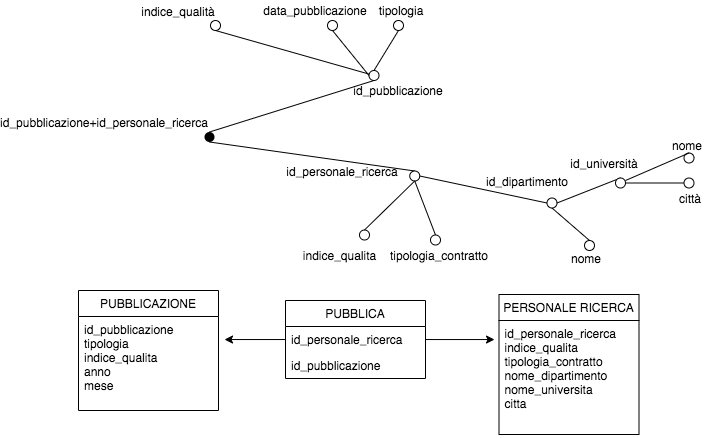
This is res/attribute's_tree/trash/pubblica_fatto_star.png from dariocurr/bdm_project, a draw.io export, as it was before one commit. Source tidied: cells renumbered, new cells last; positions are measured from the earlier drawing's top-left corner, leaving out a move shared by most shapes.
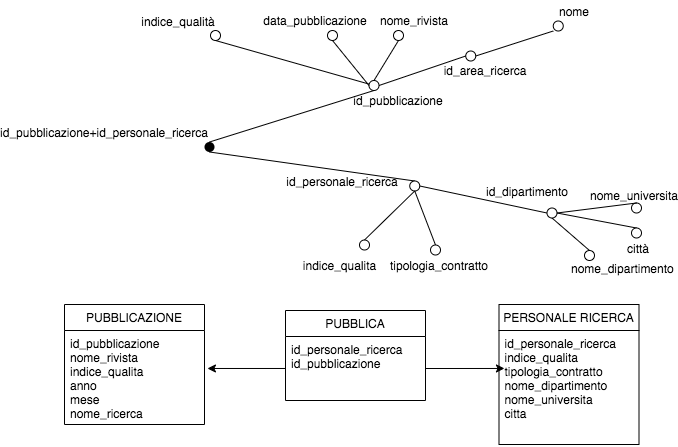
The same file after the commit.

The edit, as a diff of the source:
```diff
@@ -50,8 +50,8 @@
     <mxCell id="17" value="tipologia_contratto" style="text;html=1;align=center;verticalAlign=middle;whiteSpace=wrap;rounded=0;" parent="1" vertex="1">
       <mxGeometry x="341" y="244.5" width="40" height="20" as="geometry" />
     </mxCell>
-    <mxCell id="18" value="tipologia" style="text;html=1;align=center;verticalAlign=middle;whiteSpace=wrap;rounded=0;" parent="1" vertex="1">
-      <mxGeometry x="302.8" width="40" height="20" as="geometry" />
+    <mxCell id="18" value="nome_rivista" style="text;html=1;align=center;verticalAlign=middle;whiteSpace=wrap;rounded=0;" parent="1" vertex="1">
+      <mxGeometry x="316.2" width="40" height="20" as="geometry" />
     </mxCell>
     <mxCell id="19" style="edgeStyle=none;rounded=0;jettySize=auto;html=1;exitX=0;exitY=0.5;exitDx=0;exitDy=0;endArrow=none;endFill=0;entryX=1;entryY=0.5;entryDx=0;entryDy=0;" parent="1" edge="1" source="21" target="13">
       <mxGeometry relative="1" as="geometry" />
@@ -62,7 +62,7 @@
     <mxCell id="21" style="shape=ellipse;html=1;flipV=1;" parent="1" vertex="1">
       <mxGeometry x="468.5" y="197.5" width="10" height="10" as="geometry" />
     </mxCell>
-    <mxCell id="22" value="nome" style="text;html=1;align=left;verticalAlign=middle;whiteSpace=wrap;rounded=0;" parent="1" vertex="1">
+    <mxCell id="22" value="nome_dipartimento" style="text;html=1;align=left;verticalAlign=middle;whiteSpace=wrap;rounded=0;" parent="1" vertex="1">
       <mxGeometry x="491" y="247.5" width="40" height="20" as="geometry" />
     </mxCell>
     <mxCell id="23" style="shape=ellipse;html=1;flipV=1;" parent="1" vertex="1">
@@ -71,41 +71,28 @@
     <mxCell id="24" value="id_dipartimento" style="text;html=1;align=center;verticalAlign=middle;whiteSpace=wrap;rounded=0;" parent="1" vertex="1">
       <mxGeometry x="428.5" y="170.5" width="40" height="20" as="geometry" />
     </mxCell>
-    <mxCell id="25" style="edgeStyle=none;rounded=0;jettySize=auto;html=1;endArrow=none;endFill=0;entryX=0.5;entryY=0;entryDx=0;entryDy=0;exitX=1;exitY=0.5;exitDx=0;exitDy=0;" parent="1" edge="1" source="21" target="26">
-      <mxGeometry relative="1" as="geometry" />
-    </mxCell>
-    <mxCell id="26" style="shape=ellipse;html=1;flipV=1;" parent="1" vertex="1">
-      <mxGeometry x="537" y="177.5" width="10" height="10" as="geometry" />
-    </mxCell>
-    <mxCell id="27" value="id_università" style="text;html=1;align=center;verticalAlign=middle;whiteSpace=wrap;rounded=0;" parent="1" vertex="1">
-      <mxGeometry x="506" y="152.5" width="40" height="20" as="geometry" />
-    </mxCell>
     <mxCell id="28" style="edgeStyle=none;rounded=0;jettySize=auto;html=1;endArrow=none;endFill=0;entryX=0.5;entryY=0;entryDx=0;entryDy=0;exitX=1;exitY=0.5;exitDx=0;exitDy=0;" parent="1" edge="1" source="33">
       <mxGeometry relative="1" as="geometry">
-        <mxPoint x="610.5" y="155" as="targetPoint" />
+        <mxPoint x="558" y="195" as="targetPoint" />
       </mxGeometry>
     </mxCell>
-    <mxCell id="29" style="edgeStyle=none;rounded=0;jettySize=auto;html=1;endArrow=none;endFill=0;entryX=0.5;entryY=0;entryDx=0;entryDy=0;exitX=1;exitY=0.5;exitDx=0;exitDy=0;" parent="1" edge="1" source="26">
-      <mxGeometry relative="1" as="geometry">
-        <mxPoint x="610.5" y="182.5" as="targetPoint" />
-      </mxGeometry>
+    <mxCell id="29" style="edgeStyle=none;rounded=0;jettySize=auto;html=1;endArrow=none;endFill=0;entryX=0.5;entryY=0;entryDx=0;entryDy=0;exitX=1;exitY=0.5;exitDx=0;exitDy=0;" parent="1" edge="1" source="21" target="32">
+      <mxGeometry relative="1" as="geometry" />
     </mxCell>
-    <mxCell id="30" value="nome" style="text;html=1;align=center;verticalAlign=middle;whiteSpace=wrap;rounded=0;" parent="1" vertex="1">
-      <mxGeometry x="588.5" y="134.5" width="40" height="20" as="geometry" />
+    <mxCell id="30" value="nome_universita" style="text;html=1;align=center;verticalAlign=middle;whiteSpace=wrap;rounded=0;" parent="1" vertex="1">
+      <mxGeometry x="536" y="174.5" width="40" height="20" as="geometry" />
     </mxCell>
     <mxCell id="31" value="città" style="text;html=1;align=center;verticalAlign=middle;whiteSpace=wrap;rounded=0;" parent="1" vertex="1">
-      <mxGeometry x="592" y="187.5" width="40" height="20" as="geometry" />
+      <mxGeometry x="539.5" y="227.5" width="40" height="20" as="geometry" />
     </mxCell>
     <mxCell id="32" style="shape=ellipse;html=1;flipV=1;" parent="1" vertex="1">
-      <mxGeometry x="605.5" y="177.5" width="10" height="10" as="geometry" />
+      <mxGeometry x="553" y="217.5" width="10" height="10" as="geometry" />
     </mxCell>
     <mxCell id="33" style="shape=ellipse;html=1;flipV=1;" parent="1" vertex="1">
-      <mxGeometry x="605.5" y="152.5" width="10" height="10" as="geometry" />
+      <mxGeometry x="553" y="192.5" width="10" height="10" as="geometry" />
     </mxCell>
-    <mxCell id="34" style="edgeStyle=none;rounded=0;jettySize=auto;html=1;endArrow=none;endFill=0;entryX=0.5;entryY=0;entryDx=0;entryDy=0;exitX=1;exitY=0.5;exitDx=0;exitDy=0;" parent="1" edge="1" target="33">
-      <mxGeometry relative="1" as="geometry">
-        <mxPoint x="547" y="180" as="sourcePoint" />
-      </mxGeometry>
+    <mxCell id="34" style="edgeStyle=none;rounded=0;jettySize=auto;html=1;endArrow=none;endFill=0;entryX=0.5;entryY=0;entryDx=0;entryDy=0;exitX=1;exitY=0.5;exitDx=0;exitDy=0;" parent="1" edge="1" source="21" target="33">
+      <mxGeometry relative="1" as="geometry" />
     </mxCell>
     <mxCell id="35" style="edgeStyle=none;rounded=0;jettySize=auto;html=1;exitX=0.5;exitY=1;exitDx=0;exitDy=0;endArrow=none;endFill=0;" parent="1" edge="1" source="36" target="5">
       <mxGeometry relative="1" as="geometry" />
@@ -125,32 +112,47 @@
     <mxCell id="40" value="indice_qualita" style="text;html=1;align=center;verticalAlign=middle;" parent="1" vertex="1">
       <mxGeometry x="216" y="244.5" width="90" height="20" as="geometry" />
     </mxCell>
-    <mxCell id="41" style="edgeStyle=orthogonalEdgeStyle;rounded=0;jettySize=auto;html=1;entryX=1.043;entryY=0.245;entryDx=0;entryDy=0;entryPerimeter=0;" parent="1" edge="1" source="43" target="49">
-      <mxGeometry relative="1" as="geometry" />
-    </mxCell>
-    <mxCell id="42" style="edgeStyle=orthogonalEdgeStyle;rounded=0;jettySize=auto;html=1;entryX=-0.032;entryY=0.167;entryDx=0;entryDy=0;entryPerimeter=0;" parent="1" edge="1" source="43" target="47">
-      <mxGeometry relative="1" as="geometry" />
-    </mxCell>
     <mxCell id="43" value="PUBBLICA" style="swimlane;fontStyle=0;horizontal=1;startSize=26;fillColor=none;" parent="1" vertex="1">
-      <mxGeometry x="207" y="300" width="140" height="78" as="geometry" />
+      <mxGeometry x="207" y="300" width="140" height="90" as="geometry" />
     </mxCell>
-    <mxCell id="44" value="id_personale_ricerca" style="text;strokeColor=none;fillColor=none;align=left;verticalAlign=top;spacingLeft=4;spacingRight=4;overflow=hidden;points=[[0,0.5],[1,0.5]];portConstraint=eastwest;" parent="43" vertex="1">
-      <mxGeometry y="26" width="140" height="26" as="geometry" />
+    <mxCell id="44" value="id_personale_ricerca&#10;id_pubblicazione" style="text;strokeColor=none;fillColor=none;align=left;verticalAlign=top;spacingLeft=4;spacingRight=4;overflow=hidden;points=[[0,0.5],[1,0.5]];portConstraint=eastwest;" parent="43" vertex="1">
+      <mxGeometry y="26" width="140" height="64" as="geometry" />
     </mxCell>
-    <mxCell id="45" value="id_pubblicazione" style="text;strokeColor=none;fillColor=none;align=left;verticalAlign=top;spacingLeft=4;spacingRight=4;overflow=hidden;" parent="43" vertex="1">
-      <mxGeometry y="52" width="140" height="26" as="geometry" />
-    </mxCell>
     <mxCell id="46" value="PERSONALE RICERCA" style="swimlane;fontStyle=0;horizontal=1;startSize=26;fillColor=none;" parent="1" vertex="1">
       <mxGeometry x="420.5" y="294" width="140" height="140" as="geometry" />
     </mxCell>
     <mxCell id="47" value="id_personale_ricerca&#10;indice_qualita&#10;tipologia_contratto&#10;nome_dipartimento&#10;nome_universita&#10;citta" style="text;strokeColor=none;fillColor=none;align=left;verticalAlign=top;spacingLeft=4;spacingRight=4;overflow=hidden;points=[[0,0.5],[1,0.5]];portConstraint=eastwest;" parent="46" vertex="1">
       <mxGeometry y="26" width="140" height="114" as="geometry" />
     </mxCell>
+    <mxCell id="50" style="shape=ellipse;html=1;flipV=1;flipH=1;" parent="1" vertex="1">
+      <mxGeometry x="387.2" y="40.5" width="10" height="10" as="geometry" />
+    </mxCell>
+    <mxCell id="51" value="id_area_ricerca" style="text;html=1;align=center;verticalAlign=middle;whiteSpace=wrap;rounded=0;" parent="1" vertex="1">
+      <mxGeometry x="387.2" y="50" width="40" height="20" as="geometry" />
+    </mxCell>
+    <mxCell id="52" style="shape=ellipse;html=1;flipV=1;flipH=1;" parent="1" vertex="1">
+      <mxGeometry x="474.8" y="10.5" width="10" height="10" as="geometry" />
+    </mxCell>
+    <mxCell id="53" value="nome" style="text;html=1;align=center;verticalAlign=middle;whiteSpace=wrap;rounded=0;" parent="1" vertex="1">
+      <mxGeometry x="476" y="-9.5" width="40" height="20" as="geometry" />
+    </mxCell>
+    <mxCell id="54" style="endArrow=none;html=1;exitX=1;exitY=0.5;exitDx=0;exitDy=0;entryX=0;entryY=0.5;entryDx=0;entryDy=0;" parent="1" edge="1" source="5" target="50">
+      <mxGeometry relative="1" as="geometry" />
+    </mxCell>
+    <mxCell id="55" style="endArrow=none;html=1;exitX=1;exitY=0.5;exitDx=0;exitDy=0;entryX=0;entryY=1;entryDx=0;entryDy=0;" parent="1" edge="1" source="50" target="52">
+      <mxGeometry relative="1" as="geometry" />
+    </mxCell>
     <mxCell id="48" value="PUBBLICAZIONE" style="swimlane;fontStyle=0;horizontal=1;startSize=26;fillColor=none;" parent="1" vertex="1">
-      <mxGeometry y="290" width="140" height="120" as="geometry" />
+      <mxGeometry x="-14" y="294" width="140" height="120" as="geometry" />
     </mxCell>
-    <mxCell id="49" value="id_pubblicazione&#10;tipologia&#10;indice_qualita&#10;anno&#10;mese" style="text;strokeColor=none;fillColor=none;align=left;verticalAlign=top;spacingLeft=4;spacingRight=4;overflow=hidden;points=[[0,0.5],[1,0.5]];portConstraint=eastwest;" parent="48" vertex="1">
+    <mxCell id="49" value="id_pubblicazione&#10;nome_rivista&#10;indice_qualita&#10;anno&#10;mese&#10;nome_ricerca" style="text;strokeColor=none;fillColor=none;align=left;verticalAlign=top;spacingLeft=4;spacingRight=4;overflow=hidden;points=[[0,0.5],[1,0.5]];portConstraint=eastwest;" parent="48" vertex="1">
       <mxGeometry y="26" width="140" height="94" as="geometry" />
     </mxCell>
+    <mxCell id="56" style="edgeStyle=orthogonalEdgeStyle;rounded=0;jettySize=auto;html=1;entryX=1.021;entryY=0.404;entryDx=0;entryDy=0;entryPerimeter=0;" parent="1" edge="1" source="44" target="49">
+      <mxGeometry relative="1" as="geometry" />
+    </mxCell>
+    <mxCell id="57" style="edgeStyle=orthogonalEdgeStyle;rounded=0;jettySize=auto;html=1;exitX=1;exitY=0.5;exitDx=0;exitDy=0;entryX=0.039;entryY=0.333;entryDx=0;entryDy=0;entryPerimeter=0;" parent="1" edge="1" source="44" target="47">
+      <mxGeometry relative="1" as="geometry" />
+    </mxCell>
   </root>
 </mxGraphModel>
```
